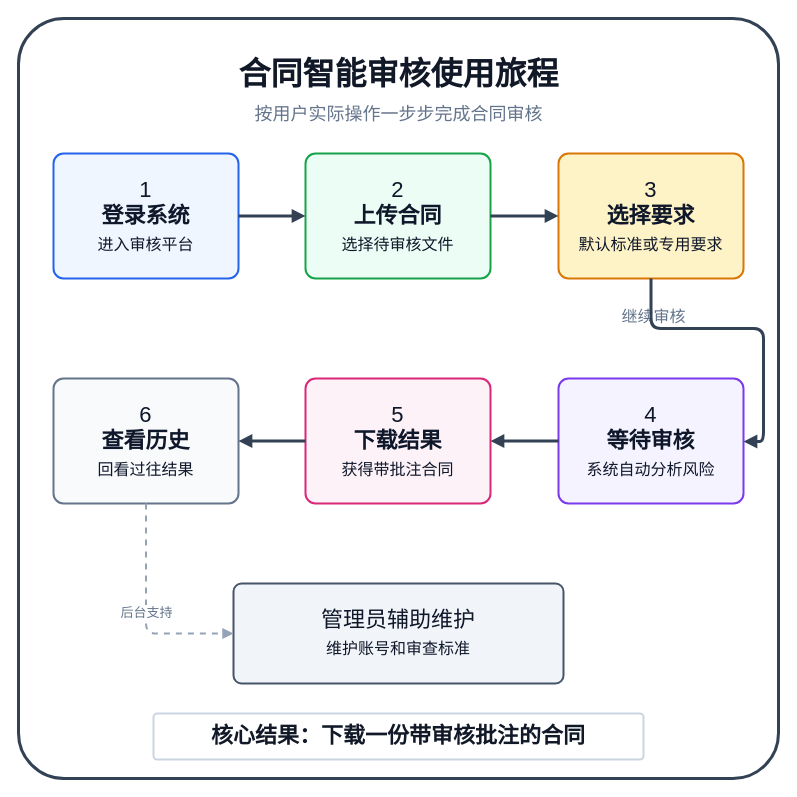
Earlier version of the draw.io diagram docs/BUSINESS_USER_JOURNEY.drawio (HoeTee/contract_agent). Source tidied: cells renumbered, new cells numbered last; positions are measured from the earlier drawing's top-left corner, leaving out a move shared by most shapes. Both pictures are drawn from the tidied source at 100%, with x=0, y=0 at pixel (18, 18).
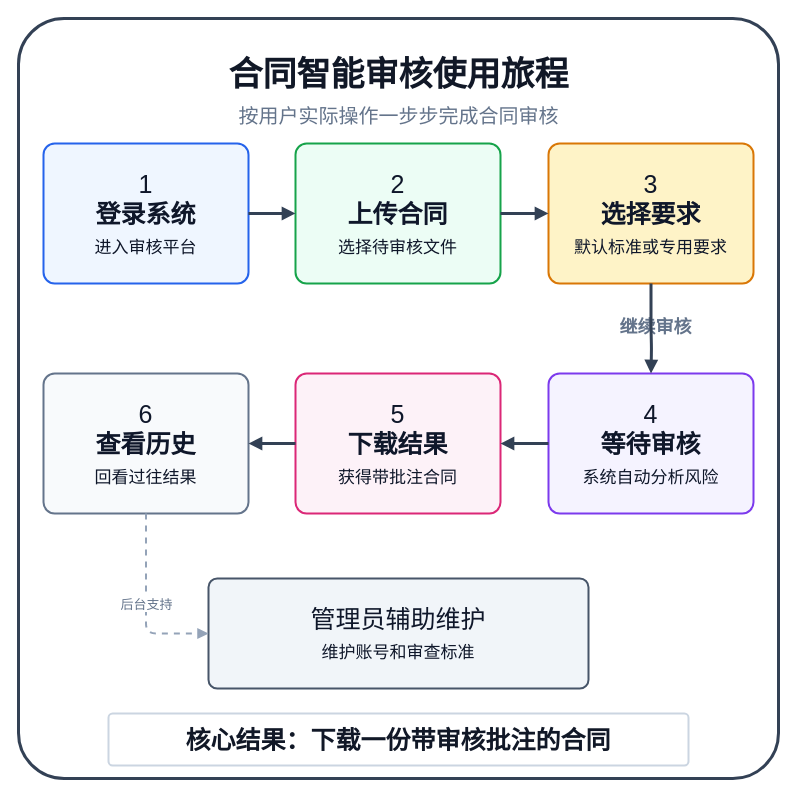
The same diagram, later.

Commit message:
docs: further enlarge business user journey diagram

What changed in the source:
```diff
@@
-    <mxCell id="3" value="合同智能审核使用旅程" style="text;html=1;strokeColor=none;fillColor=none;fontSize=32;fontStyle=1;align=center;verticalAlign=middle;fontColor=#111827;" parent="1" vertex="1">
-      <mxGeometry x="80" y="32" width="600" height="48" as="geometry" />
+    <mxCell id="3" value="合同智能审核使用旅程" style="text;html=1;strokeColor=none;fillColor=none;fontSize=34;fontStyle=1;align=center;verticalAlign=middle;fontColor=#111827;" parent="1" vertex="1">
+      <mxGeometry x="60" y="30" width="640" height="52" as="geometry" />
     </mxCell>
-    <mxCell id="4" value="按用户实际操作一步步完成合同审核" style="text;html=1;strokeColor=none;fillColor=none;fontSize=18;align=center;verticalAlign=middle;fontColor=#64748B;" parent="1" vertex="1">
-      <mxGeometry x="125" y="81" width="510" height="30" as="geometry" />
+    <mxCell id="4" value="按用户实际操作一步步完成合同审核" style="text;html=1;strokeColor=none;fillColor=none;fontSize=20;align=center;verticalAlign=middle;fontColor=#64748B;" parent="1" vertex="1">
+      <mxGeometry x="105" y="81" width="550" height="32" as="geometry" />
     </mxCell>
-    <mxCell id="5" value="1&lt;br&gt;&lt;b&gt;登录系统&lt;/b&gt;&lt;br&gt;&lt;font style=&quot;font-size: 16px;&quot;&gt;进入审核平台&lt;/font&gt;" style="rounded=1;whiteSpace=wrap;html=1;arcSize=8;fillColor=#EFF6FF;strokeColor=#2563EB;strokeWidth=2;fontSize=22;fontColor=#0F172A;spacing=8;" parent="1" vertex="1">
-      <mxGeometry x="35" y="135" width="185" height="125" as="geometry" />
+    <mxCell id="5" value="1&lt;br&gt;&lt;b&gt;登录系统&lt;/b&gt;&lt;br&gt;&lt;font style=&quot;font-size: 17px;&quot;&gt;进入审核平台&lt;/font&gt;" style="rounded=1;whiteSpace=wrap;html=1;arcSize=8;fillColor=#EFF6FF;strokeColor=#2563EB;strokeWidth=2;fontSize=25;fontColor=#0F172A;spacing=8;" parent="1" vertex="1">
+      <mxGeometry x="25" y="125" width="205" height="140" as="geometry" />
     </mxCell>
-    <mxCell id="6" value="2&lt;br&gt;&lt;b&gt;上传合同&lt;/b&gt;&lt;br&gt;&lt;font style=&quot;font-size: 16px;&quot;&gt;选择待审核文件&lt;/font&gt;" style="rounded=1;whiteSpace=wrap;html=1;arcSize=8;fillColor=#ECFDF5;strokeColor=#16A34A;strokeWidth=2;fontSize=22;fontColor=#0F172A;spacing=8;" parent="1" vertex="1">
-      <mxGeometry x="287" y="135" width="185" height="125" as="geometry" />
+    <mxCell id="6" value="2&lt;br&gt;&lt;b&gt;上传合同&lt;/b&gt;&lt;br&gt;&lt;font style=&quot;font-size: 17px;&quot;&gt;选择待审核文件&lt;/font&gt;" style="rounded=1;whiteSpace=wrap;html=1;arcSize=8;fillColor=#ECFDF5;strokeColor=#16A34A;strokeWidth=2;fontSize=25;fontColor=#0F172A;spacing=8;" parent="1" vertex="1">
+      <mxGeometry x="277" y="125" width="205" height="140" as="geometry" />
     </mxCell>
-    <mxCell id="7" value="3&lt;br&gt;&lt;b&gt;选择要求&lt;/b&gt;&lt;br&gt;&lt;font style=&quot;font-size: 16px;&quot;&gt;默认标准或专用要求&lt;/font&gt;" style="rounded=1;whiteSpace=wrap;html=1;arcSize=8;fillColor=#FEF3C7;strokeColor=#D97706;strokeWidth=2;fontSize=22;fontColor=#0F172A;spacing=8;" parent="1" vertex="1">
-      <mxGeometry x="540" y="135" width="185" height="125" as="geometry" />
+    <mxCell id="7" value="3&lt;br&gt;&lt;b&gt;选择要求&lt;/b&gt;&lt;br&gt;&lt;font style=&quot;font-size: 17px;&quot;&gt;默认标准或专用要求&lt;/font&gt;" style="rounded=1;whiteSpace=wrap;html=1;arcSize=8;fillColor=#FEF3C7;strokeColor=#D97706;strokeWidth=2;fontSize=25;fontColor=#0F172A;spacing=8;" parent="1" vertex="1">
+      <mxGeometry x="530" y="125" width="205" height="140" as="geometry" />
     </mxCell>
-    <mxCell id="8" value="继续审核" style="text;html=1;strokeColor=none;fillColor=none;fontSize=16;fontColor=#64748B;align=center;verticalAlign=middle;" parent="1" vertex="1">
-      <mxGeometry x="550" y="285" width="170" height="26" as="geometry" />
+    <mxCell id="8" value="继续审核" style="text;html=1;strokeColor=none;fillColor=none;fontSize=18;fontColor=#64748B;align=center;verticalAlign=middle;fontStyle=1;" parent="1" vertex="1">
+      <mxGeometry x="547" y="295" width="180" height="28" as="geometry" />
     </mxCell>
-    <mxCell id="9" value="4&lt;br&gt;&lt;b&gt;等待审核&lt;/b&gt;&lt;br&gt;&lt;font style=&quot;font-size: 16px;&quot;&gt;系统自动分析风险&lt;/font&gt;" style="rounded=1;whiteSpace=wrap;html=1;arcSize=8;fillColor=#F5F3FF;strokeColor=#7C3AED;strokeWidth=2;fontSize=22;fontColor=#0F172A;spacing=8;" parent="1" vertex="1">
-      <mxGeometry x="540" y="360" width="185" height="125" as="geometry" />
+    <mxCell id="9" value="4&lt;br&gt;&lt;b&gt;等待审核&lt;/b&gt;&lt;br&gt;&lt;font style=&quot;font-size: 17px;&quot;&gt;系统自动分析风险&lt;/font&gt;" style="rounded=1;whiteSpace=wrap;html=1;arcSize=8;fillColor=#F5F3FF;strokeColor=#7C3AED;strokeWidth=2;fontSize=25;fontColor=#0F172A;spacing=8;" parent="1" vertex="1">
+      <mxGeometry x="530" y="355" width="205" height="140" as="geometry" />
     </mxCell>
-    <mxCell id="10" value="5&lt;br&gt;&lt;b&gt;下载结果&lt;/b&gt;&lt;br&gt;&lt;font style=&quot;font-size: 16px;&quot;&gt;获得带批注合同&lt;/font&gt;" style="rounded=1;whiteSpace=wrap;html=1;arcSize=8;fillColor=#FDF2F8;strokeColor=#DB2777;strokeWidth=2;fontSize=22;fontColor=#0F172A;spacing=8;" parent="1" vertex="1">
-      <mxGeometry x="287" y="360" width="185" height="125" as="geometry" />
+    <mxCell id="10" value="5&lt;br&gt;&lt;b&gt;下载结果&lt;/b&gt;&lt;br&gt;&lt;font style=&quot;font-size: 17px;&quot;&gt;获得带批注合同&lt;/font&gt;" style="rounded=1;whiteSpace=wrap;html=1;arcSize=8;fillColor=#FDF2F8;strokeColor=#DB2777;strokeWidth=2;fontSize=25;fontColor=#0F172A;spacing=8;" parent="1" vertex="1">
+      <mxGeometry x="277" y="355" width="205" height="140" as="geometry" />
     </mxCell>
-    <mxCell id="11" value="6&lt;br&gt;&lt;b&gt;查看历史&lt;/b&gt;&lt;br&gt;&lt;font style=&quot;font-size: 16px;&quot;&gt;回看过往结果&lt;/font&gt;" style="rounded=1;whiteSpace=wrap;html=1;arcSize=8;fillColor=#F8FAFC;strokeColor=#64748B;strokeWidth=2;fontSize=22;fontColor=#0F172A;spacing=8;" parent="1" vertex="1">
-      <mxGeometry x="35" y="360" width="185" height="125" as="geometry" />
+    <mxCell id="11" value="6&lt;br&gt;&lt;b&gt;查看历史&lt;/b&gt;&lt;br&gt;&lt;font style=&quot;font-size: 17px;&quot;&gt;回看过往结果&lt;/font&gt;" style="rounded=1;whiteSpace=wrap;html=1;arcSize=8;fillColor=#F8FAFC;strokeColor=#64748B;strokeWidth=2;fontSize=25;fontColor=#0F172A;spacing=8;" parent="1" vertex="1">
+      <mxGeometry x="25" y="355" width="205" height="140" as="geometry" />
     </mxCell>
-    <mxCell id="12" value="管理员辅助维护&lt;br&gt;&lt;font style=&quot;font-size: 16px;&quot;&gt;维护账号和审查标准&lt;/font&gt;" style="rounded=1;whiteSpace=wrap;html=1;arcSize=8;fillColor=#F1F5F9;strokeColor=#475569;strokeWidth=2;fontSize=22;fontColor=#0F172A;spacing=8;" parent="1" vertex="1">
-      <mxGeometry x="215" y="565" width="330" height="100" as="geometry" />
+    <mxCell id="12" value="管理员辅助维护&lt;br&gt;&lt;font style=&quot;font-size: 17px;&quot;&gt;维护账号和审查标准&lt;/font&gt;" style="rounded=1;whiteSpace=wrap;html=1;arcSize=8;fillColor=#F1F5F9;strokeColor=#475569;strokeWidth=2;fontSize=25;fontColor=#0F172A;spacing=8;" parent="1" vertex="1">
+      <mxGeometry x="190" y="560" width="380" height="110" as="geometry" />
     </mxCell>
-    <mxCell id="13" value="核心结果：下载一份带审核批注的合同" style="rounded=1;whiteSpace=wrap;html=1;arcSize=8;fillColor=#FFFFFF;strokeColor=#CBD5E1;strokeWidth=2;fontSize=22;fontStyle=1;fontColor=#111827;" parent="1" vertex="1">
-      <mxGeometry x="135" y="695" width="490" height="46" as="geometry" />
+    <mxCell id="13" value="核心结果：下载一份带审核批注的合同" style="rounded=1;whiteSpace=wrap;html=1;arcSize=8;fillColor=#FFFFFF;strokeColor=#CBD5E1;strokeWidth=2;fontSize=25;fontStyle=1;fontColor=#111827;" parent="1" vertex="1">
+      <mxGeometry x="90" y="695" width="580" height="52" as="geometry" />
     </mxCell>
@@
-    <mxCell id="16" style="edgeStyle=orthogonalEdgeStyle;rounded=1;jettySize=auto;html=1;endArrow=block;strokeColor=#334155;strokeWidth=3;" parent="1" edge="1" source="7" target="9">
+    <mxCell id="16" style="edgeStyle=orthogonalEdgeStyle;rounded=1;jettySize=auto;html=1;endArrow=block;strokeColor=#334155;strokeWidth=3;entryX=0.5;entryY=0;entryDx=0;entryDy=0;" parent="1" edge="1" source="7" target="9">
       <mxGeometry relative="1" as="geometry">
         <Array as="points">
-          <mxPoint x="745" y="310" />
-          <mxPoint x="745" y="423" />
+          <mxPoint x="632" y="310" />
+          <mxPoint x="633" y="310" />
+          <mxPoint x="633" y="330" />
+          <mxPoint x="632" y="330" />
         </Array>
       </mxGeometry>
     </mxCell>
```
